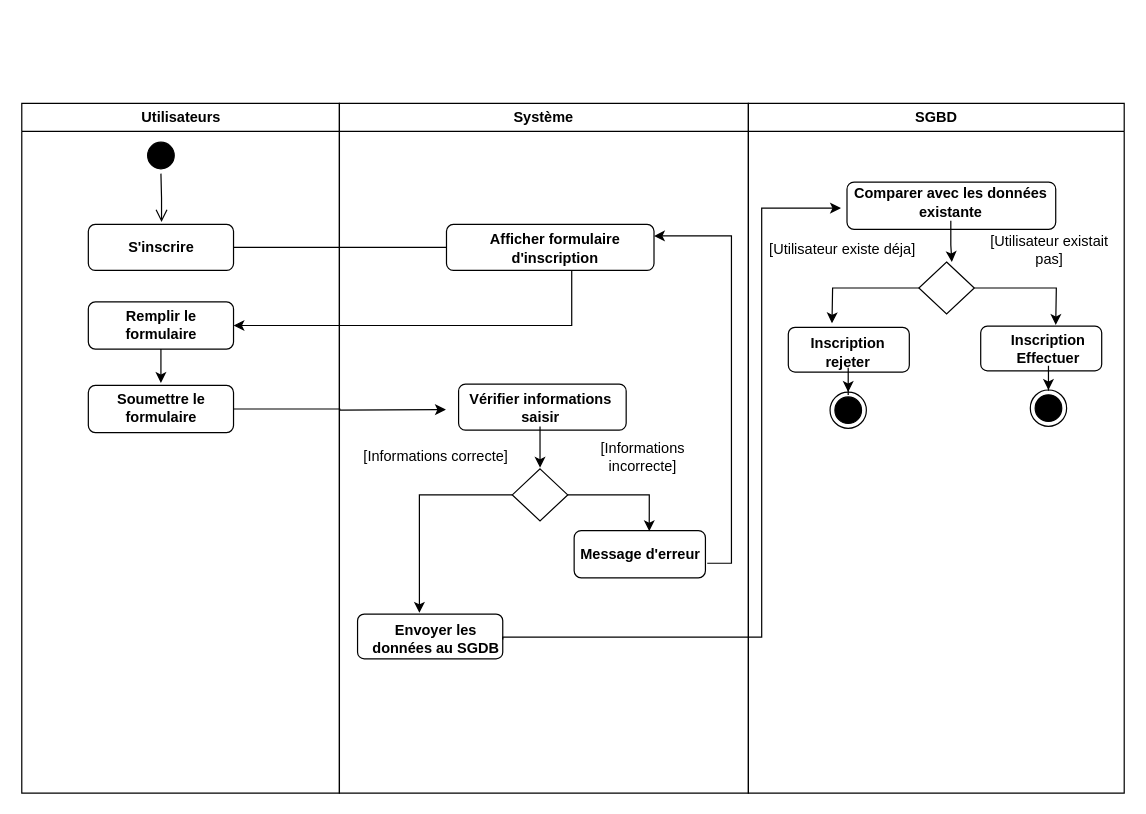
Earlier version of the draw.io diagram sequence2.drawio (louis-fresnel99/TpGasaL1). Source tidied: cells renumbered, new cells numbered last; positions are measured from the earlier drawing's top-left corner, leaving out a move shared by most shapes. Both pictures are drawn from the tidied source at 121%, with x=0, y=0 at pixel (21, 103).
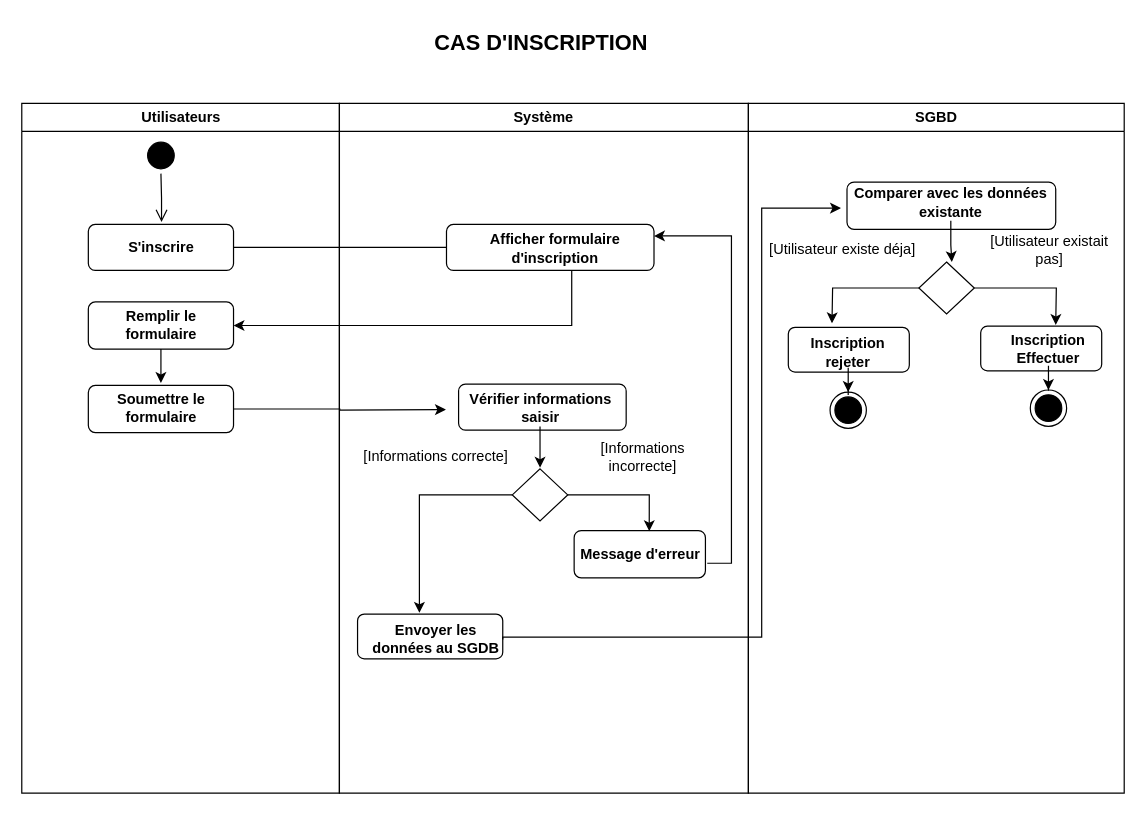
After the change.

Commit message:
Mettre à jour sequence2.drawio

Diff of the diagram source:
```diff
@@
+    <mxCell id="49" value="&lt;blockquote style=&quot;margin: 0 0 0 40px; border: none; padding: 0px;&quot;&gt;&lt;font style=&quot;font-size: 18px;&quot;&gt;&lt;b style=&quot;&quot;&gt;CAS D'INSCRIPTION&lt;/b&gt;&lt;/font&gt;&lt;/blockquote&gt;" style="text;html=1;align=center;verticalAlign=middle;whiteSpace=wrap;rounded=0;" parent="1" vertex="1">
+      <mxGeometry x="199" y="-68" width="421.5" height="36" as="geometry" />
+    </mxCell>
```
